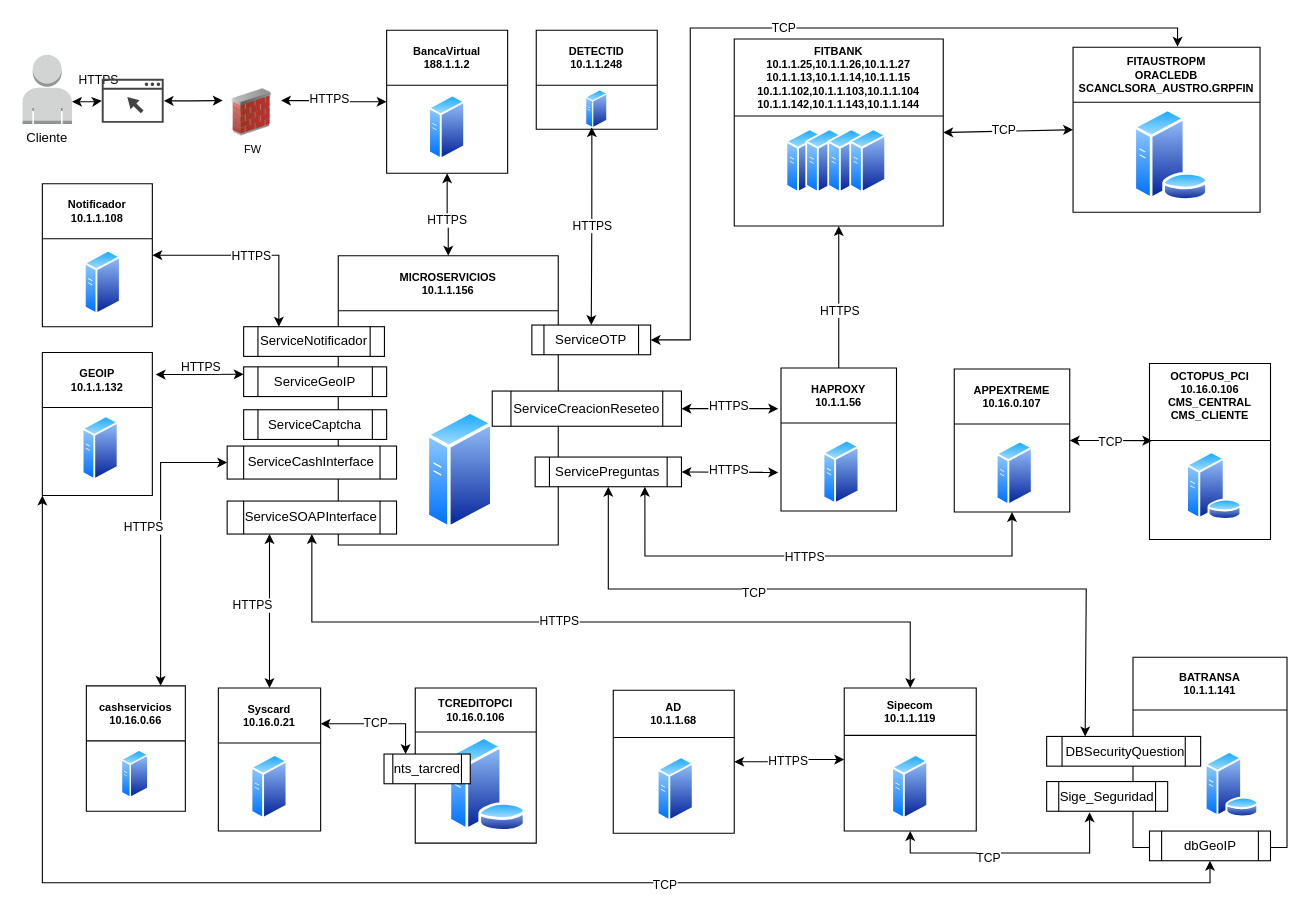
davidguillermofg/Diagrams keeps this draw.io diagram as page "Final Despliegue" (1 of 9) of CreateUsrBVDiagram.drawio. Above is the earlier version. Source tidied: cells renumbered, new cells numbered last; positions are measured from the earlier drawing's top-left corner, leaving out a move shared by most shapes. Both pictures are drawn from the tidied source at 110%, with x=0, y=0 at pixel (19, 28).
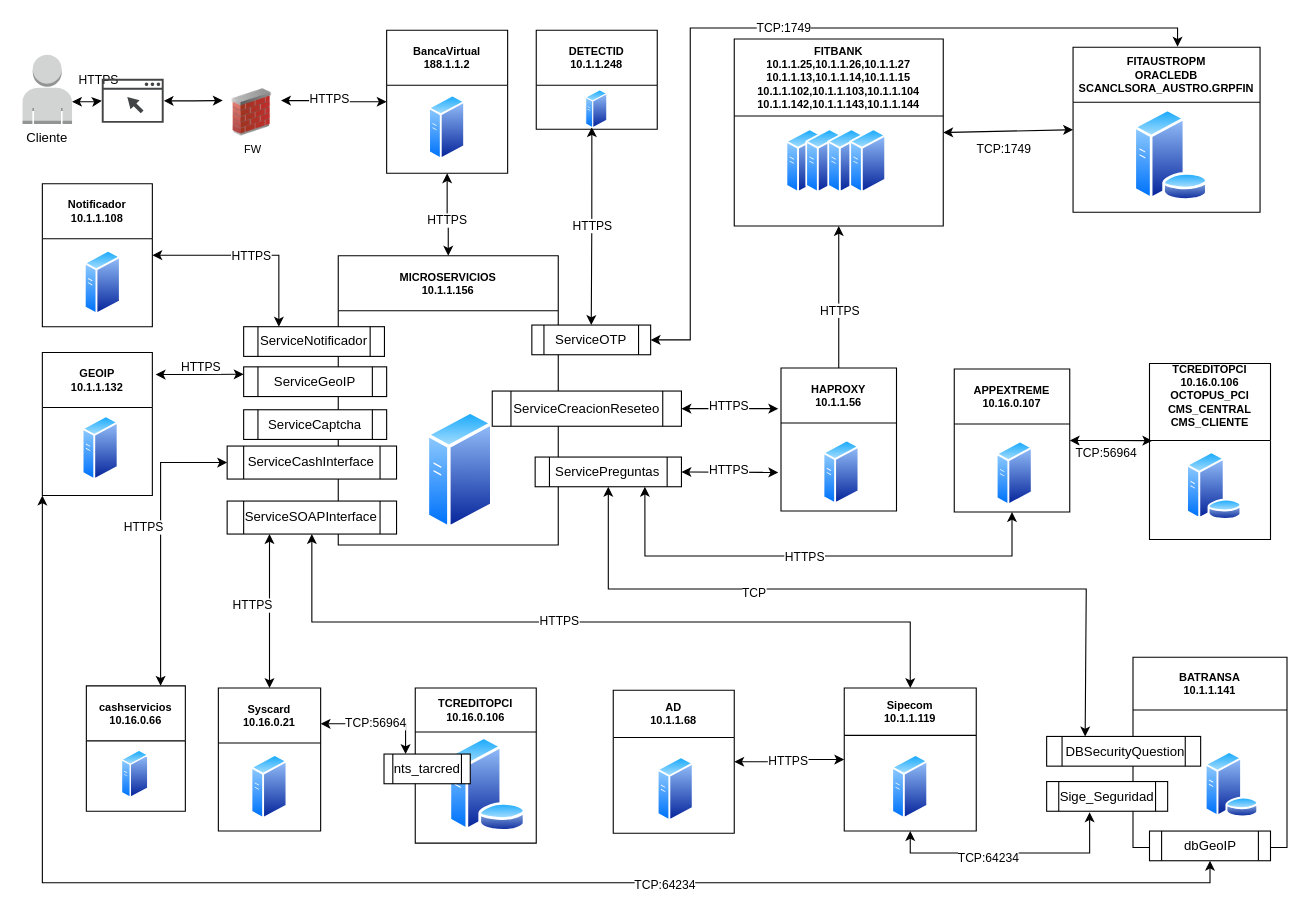
After the change.

The change refers to these unchanged cells:
```xml
<mxCell id="22" style="edgeStyle=orthogonalEdgeStyle;rounded=0;jettySize=auto;html=1;startArrow=classic;startFill=1;exitX=1;exitY=0.5;exitDx=0;exitDy=0;" parent="1" edge="1" source="80">
  <mxGeometry relative="1" as="geometry">
    <mxPoint x="1053" y="17" as="targetPoint" />
    <Array as="points">
      <mxPoint x="610" y="284" />
      <mxPoint x="610" />
      <mxPoint x="1053" />
    </Array>
  </mxGeometry>
</mxCell>
<mxCell id="28" style="edgeStyle=orthogonalEdgeStyle;rounded=0;jettySize=auto;html=1;startArrow=classic;startFill=1;exitX=0.5;exitY=1;exitDx=0;exitDy=0;entryX=0.355;entryY=1.037;entryDx=0;entryDy=0;entryPerimeter=0;" parent="1" edge="1" source="32" target="89">
  <mxGeometry relative="1" as="geometry" />
</mxCell>
<mxCell id="45" style="rounded=0;jettySize=auto;html=1;startArrow=classic;startFill=1;exitX=1;exitY=0.5;exitDx=0;exitDy=0;entryX=0;entryY=0.5;entryDx=0;entryDy=0;" parent="1" edge="1" source="40" target="20">
  <mxGeometry relative="1" as="geometry" />
</mxCell>
<mxCell id="56" style="edgeStyle=orthogonalEdgeStyle;rounded=0;jettySize=auto;html=1;exitX=1;exitY=0.25;exitDx=0;exitDy=0;startArrow=classic;startFill=1;entryX=0.25;entryY=0;entryDx=0;entryDy=0;" parent="1" edge="1" source="50" target="91">
  <mxGeometry relative="1" as="geometry" />
</mxCell>
<mxCell id="64" style="edgeStyle=orthogonalEdgeStyle;rounded=0;jettySize=auto;html=1;exitX=1;exitY=0.5;exitDx=0;exitDy=0;entryX=0.023;entryY=0.438;entryDx=0;entryDy=0;startArrow=classic;startFill=1;entryPerimeter=0;" parent="1" edge="1" source="66" target="72">
  <mxGeometry relative="1" as="geometry" />
</mxCell>
<mxCell id="92" style="edgeStyle=orthogonalEdgeStyle;rounded=0;jettySize=auto;html=1;exitX=0.5;exitY=1;exitDx=0;exitDy=0;entryX=0;entryY=1;entryDx=0;entryDy=0;startArrow=classic;startFill=1;" parent="1" edge="1" source="14" target="47">
  <mxGeometry relative="1" as="geometry" />
</mxCell>
```

What changed in the source:
```diff
@@
-    <mxCell id="23" value="TCP" style="edgeLabel;html=1;align=center;verticalAlign=middle;" parent="22" vertex="1">
+    <mxCell id="23" value="TCP:1749" style="edgeLabel;html=1;align=center;verticalAlign=middle;" parent="22" vertex="1">
       <mxGeometry x="-0.07" y="1" relative="1" as="geometry">
         <mxPoint x="42" as="offset" />
       </mxGeometry>
     </mxCell>
@@
-    <mxCell id="29" value="TCP" style="edgeLabel;html=1;align=center;verticalAlign=middle;" parent="28" vertex="1">
+    <mxCell id="29" value="TCP:64234" style="edgeLabel;html=1;align=center;verticalAlign=middle;" parent="28" vertex="1">
       <mxGeometry x="-0.27" y="-2" relative="1" as="geometry">
         <mxPoint x="10" y="2" as="offset" />
       </mxGeometry>
     </mxCell>
@@
-    <mxCell id="46" value="TCP" style="edgeLabel;html=1;align=center;verticalAlign=middle;" parent="45" vertex="1">
-      <mxGeometry x="-0.07" y="1" relative="1" as="geometry" />
+    <mxCell id="46" value="TCP:1749" style="edgeLabel;html=1;align=center;verticalAlign=middle;" parent="45" vertex="1">
+      <mxGeometry x="-0.07" y="1" relative="1" as="geometry">
+        <mxPoint y="17" as="offset" />
+      </mxGeometry>
     </mxCell>
@@
-    <mxCell id="57" value="TCP" style="edgeLabel;html=1;align=center;verticalAlign=middle;" parent="56" vertex="1">
+    <mxCell id="57" value="TCP:56964" style="edgeLabel;html=1;align=center;verticalAlign=middle;" parent="56" vertex="1">
       <mxGeometry x="-0.07" y="1" relative="1" as="geometry" />
     </mxCell>
@@
-    <mxCell id="65" value="TCP" style="edgeLabel;html=1;align=center;verticalAlign=middle;" parent="64" vertex="1">
+    <mxCell id="65" value="TCP:56964" style="edgeLabel;html=1;align=center;verticalAlign=middle;" parent="64" vertex="1">
       <mxGeometry x="-0.04" relative="1" as="geometry">
-        <mxPoint x="1" as="offset" />
+        <mxPoint x="-3" y="10" as="offset" />
       </mxGeometry>
     </mxCell>
@@
-    <mxCell id="72" value="OCTOPUS_PCI&#10;10.16.0.106&#10;CMS_CENTRAL&#10;CMS_CLIENTE&#10;" style="swimlane;startSize=70;fontSize=10;" parent="1" vertex="1">
+    <mxCell id="72" value="TCREDITOPCI&#10;10.16.0.106&#10;OCTOPUS_PCI&#10;CMS_CENTRAL&#10;CMS_CLIENTE&#10;" style="swimlane;startSize=70;fontSize=10;" parent="1" vertex="1">
       <mxGeometry x="1027.5" y="305" width="110" height="160" as="geometry" />
     </mxCell>
@@
-    <mxCell id="93" value="TCP" style="edgeLabel;html=1;align=center;verticalAlign=middle;" parent="92" vertex="1">
+    <mxCell id="93" value="TCP:64234" style="edgeLabel;html=1;align=center;verticalAlign=middle;" parent="92" vertex="1">
       <mxGeometry x="-0.28" y="1" relative="1" as="geometry" />
     </mxCell>
```
